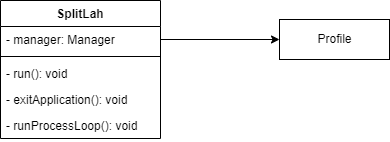
Earlier version of the draw.io export docs/images/developerguide/SplitLahComponent.drawio.png (nus-cs2113-AY2122S2/tp). Source tidied: cells renumbered, new cells last; positions are measured from the earlier drawing's top-left corner, leaving out a move shared by most shapes.
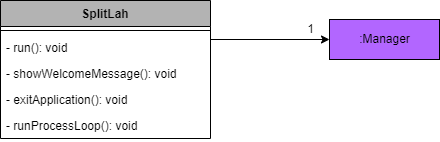
After the change.

Diff of the diagram source:
```diff
@@ -2,29 +2,34 @@
   <root>
     <mxCell id="0" />
     <mxCell id="1" parent="0" />
-    <mxCell id="2" value="SplitLah" style="swimlane;fontStyle=1;align=center;verticalAlign=top;horizontal=1;startSize=26;" parent="1" vertex="1">
-      <mxGeometry width="160" height="138" as="geometry" />
+    <mxCell id="2" value="SplitLah" style="swimlane;fontStyle=1;align=center;verticalAlign=top;horizontal=1;startSize=26;fillColor=#B3B3B3;" parent="1" vertex="1">
+      <mxGeometry x="-50" width="210" height="138" as="geometry" />
     </mxCell>
-    <mxCell id="3" value="- manager: Manager" style="text;strokeColor=none;fillColor=none;align=left;verticalAlign=top;spacingLeft=4;spacingRight=4;overflow=hidden;points=[[0,0.5],[1,0.5]];portConstraint=eastwest;" parent="2" vertex="1">
-      <mxGeometry y="26" width="160" height="26" as="geometry" />
-    </mxCell>
     <mxCell id="4" style="line;strokeWidth=1;fillColor=none;align=left;verticalAlign=middle;spacingTop=-1;spacingLeft=3;spacingRight=3;labelPosition=right;" parent="2" vertex="1">
-      <mxGeometry y="52" width="160" height="8" as="geometry" />
+      <mxGeometry y="26" width="210" height="8" as="geometry" />
     </mxCell>
     <mxCell id="5" value="- run(): void" style="text;strokeColor=none;fillColor=none;align=left;verticalAlign=top;spacingLeft=4;spacingRight=4;overflow=hidden;" parent="2" vertex="1">
-      <mxGeometry y="60" width="160" height="26" as="geometry" />
+      <mxGeometry y="34" width="210" height="26" as="geometry" />
     </mxCell>
+    <mxCell id="10" value="- showWelcomeMessage(): void" style="text;strokeColor=none;fillColor=none;align=left;verticalAlign=top;spacingLeft=4;spacingRight=4;overflow=hidden;" parent="2" vertex="1">
+      <mxGeometry y="60" width="210" height="26" as="geometry" />
+    </mxCell>
     <mxCell id="6" value="- exitApplication(): void&#10;" style="text;strokeColor=none;fillColor=none;align=left;verticalAlign=top;spacingLeft=4;spacingRight=4;overflow=hidden;" parent="2" vertex="1">
-      <mxGeometry y="86" width="160" height="26" as="geometry" />
+      <mxGeometry y="86" width="210" height="26" as="geometry" />
     </mxCell>
     <mxCell id="7" value="- runProcessLoop(): void" style="text;strokeColor=none;fillColor=none;align=left;verticalAlign=top;spacingLeft=4;spacingRight=4;overflow=hidden;" parent="2" vertex="1">
-      <mxGeometry y="112" width="160" height="26" as="geometry" />
+      <mxGeometry y="112" width="210" height="26" as="geometry" />
     </mxCell>
-    <mxCell id="8" style="endArrow=classic;html=1;rounded=0;exitX=1;exitY=0.5;exitDx=0;exitDy=0;endFill=1;entryX=0;entryY=0.5;entryDx=0;entryDy=0;" parent="1" edge="1" source="3" target="9">
-      <mxGeometry relative="1" as="geometry" />
+    <mxCell id="8" style="endArrow=classic;html=1;rounded=0;exitX=1;exitY=0.5;exitDx=0;exitDy=0;endFill=1;entryX=0;entryY=0.5;entryDx=0;entryDy=0;" parent="1" edge="1" target="9">
+      <mxGeometry relative="1" as="geometry">
+        <mxPoint x="160" y="39" as="sourcePoint" />
+      </mxGeometry>
     </mxCell>
-    <mxCell id="9" value="Profile" style="html=1;" parent="1" vertex="1">
+    <mxCell id="9" value=":Manager" style="html=1;fillColor=#B266FF;" parent="1" vertex="1">
       <mxGeometry x="279" y="19" width="110" height="40" as="geometry" />
     </mxCell>
+    <mxCell id="11" value="1" style="text;html=1;align=center;verticalAlign=middle;strokeColor=none;fillColor=none;" parent="1" vertex="1">
+      <mxGeometry x="250" y="19" width="20" height="20" as="geometry" />
+    </mxCell>
   </root>
 </mxGraphModel>
```
